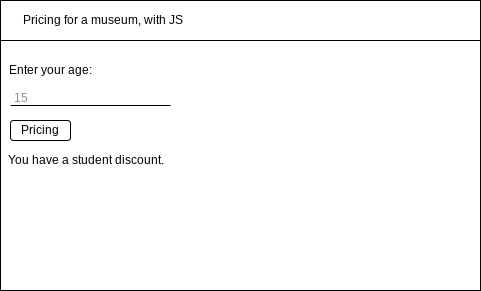
The draw.io diagram design/storyboard.png in zaida-hammel/ICS2O-Unit5-04-JS, before a commit. Source tidied: cells renumbered, new cells last; positions are measured from the earlier drawing's top-left corner, leaving out a move shared by most shapes.
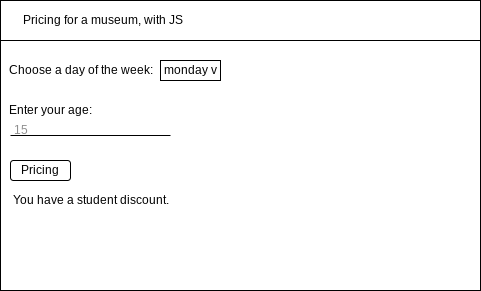
Above is the later version.

The edit, as a diff of the source:
```diff
@@ -9,19 +9,25 @@
       <mxGeometry width="480" height="40" as="geometry" />
     </mxCell>
     <mxCell id="4" value="Enter your age:" style="text;html=1;align=center;verticalAlign=middle;strokeColor=none;fillColor=none;" parent="1" vertex="1">
-      <mxGeometry y="60" width="100" height="20" as="geometry" />
+      <mxGeometry y="100" width="100" height="20" as="geometry" />
     </mxCell>
     <mxCell id="5" style="line;strokeWidth=1;html=1;" parent="1" vertex="1">
-      <mxGeometry x="10" y="100" width="160" height="10" as="geometry" />
+      <mxGeometry x="10" y="130" width="160" height="10" as="geometry" />
     </mxCell>
     <mxCell id="6" value="&lt;font color=&quot;#8f8f8f&quot;&gt;15&lt;/font&gt;" style="text;html=1;align=center;verticalAlign=middle;strokeColor=none;fillColor=none;" parent="1" vertex="1">
-      <mxGeometry x="5" y="88" width="30" height="20" as="geometry" />
+      <mxGeometry x="5" y="120" width="30" height="20" as="geometry" />
     </mxCell>
     <mxCell id="7" value="&lt;font color=&quot;#000000&quot;&gt;Pricing&lt;/font&gt;" style="rounded=1;whiteSpace=wrap;html=1;fontColor=#8F8F8F;strokeWidth=1;" parent="1" vertex="1">
-      <mxGeometry x="10" y="120" width="60" height="20" as="geometry" />
+      <mxGeometry x="10" y="160" width="60" height="20" as="geometry" />
     </mxCell>
     <mxCell id="8" value="You have a student discount." style="text;html=1;align=center;verticalAlign=middle;strokeColor=none;fillColor=none;fontColor=#000000;" parent="1" vertex="1">
-      <mxGeometry y="150" width="170" height="20" as="geometry" />
+      <mxGeometry x="5" y="190" width="170" height="20" as="geometry" />
     </mxCell>
+    <mxCell id="9" value="Choose a day of the week:" style="text;html=1;align=center;verticalAlign=middle;strokeColor=none;fillColor=none;fontColor=#000000;" parent="1" vertex="1">
+      <mxGeometry y="60" width="160" height="20" as="geometry" />
+    </mxCell>
+    <mxCell id="10" value="monday v" style="rounded=0;whiteSpace=wrap;html=1;fontColor=#000000;strokeWidth=1;" parent="1" vertex="1">
+      <mxGeometry x="160" y="60" width="60" height="20" as="geometry" />
+    </mxCell>
   </root>
 </mxGraphModel>
```
